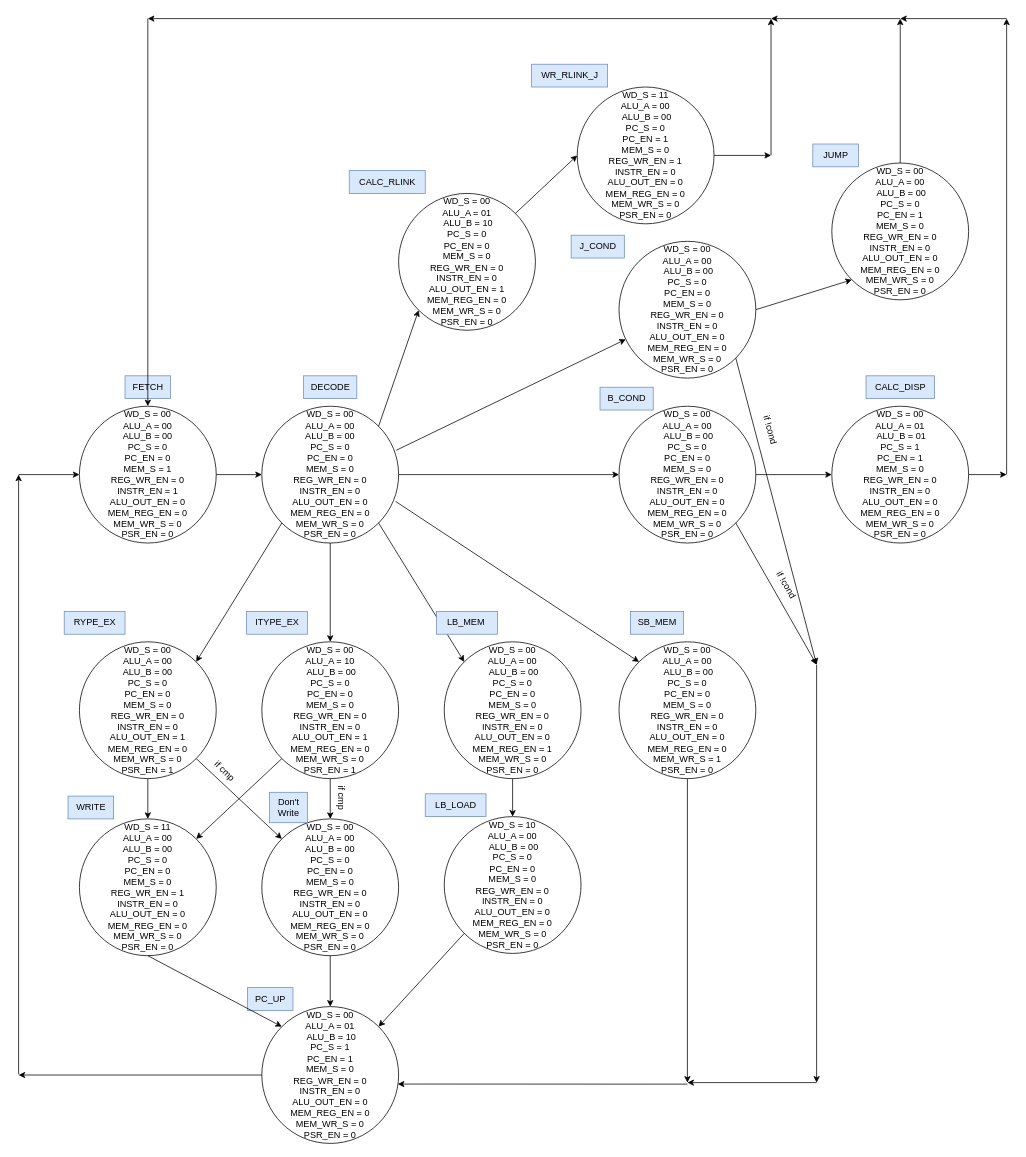
The draw.io diagram FSM.drawio in JaredMiller9922/3710-Group-Project, before the edit. Source tidied: cells renumbered, new cells numbered last; positions are measured from the earlier drawing's top-left corner, leaving out a move shared by most shapes. Both pictures are drawn from the tidied source at 76%, with x=0, y=0 at pixel (18, 18).
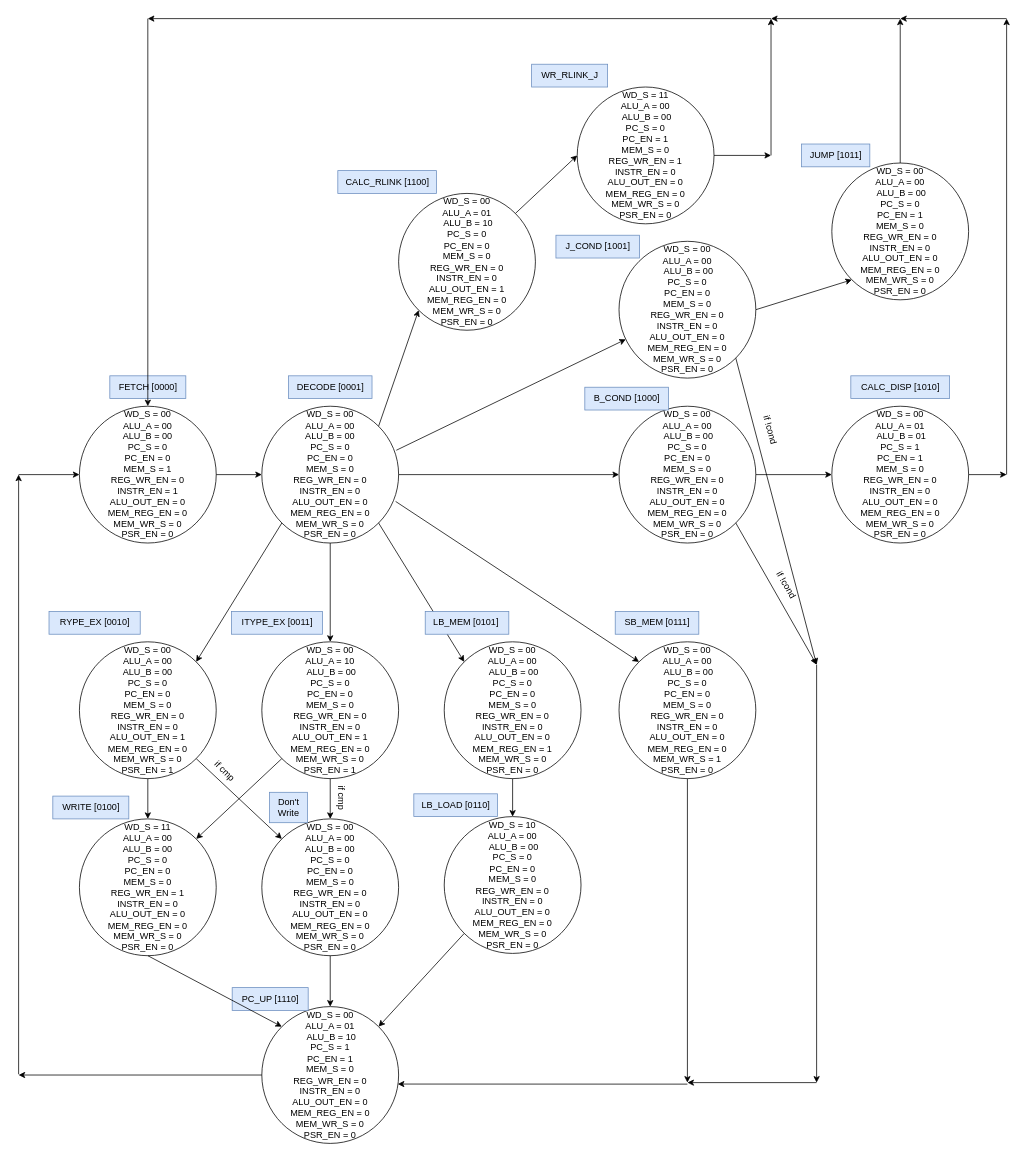
Above is the later version.

Commit message (it also covers changes not shown here):
updates both diagram files

What changed in the source:
```diff
@@
-    <mxCell id="3" value="FETCH" style="text;html=1;align=center;verticalAlign=middle;strokeColor=#6c8ebf;fillColor=#dae8fc;" parent="1" vertex="1">
-      <mxGeometry x="140" y="470" width="60" height="30" as="geometry" />
+    <mxCell id="3" value="FETCH [0000]" style="text;html=1;align=center;verticalAlign=middle;strokeColor=#6c8ebf;fillColor=#dae8fc;" parent="1" vertex="1">
+      <mxGeometry x="120" y="470" width="100" height="30" as="geometry" />
     </mxCell>
@@
-    <mxCell id="5" value="DECODE" style="text;html=1;align=center;verticalAlign=middle;strokeColor=#6c8ebf;fillColor=#dae8fc;" parent="1" vertex="1">
-      <mxGeometry x="375" y="470" width="70" height="30" as="geometry" />
+    <mxCell id="5" value="DECODE [0001]" style="text;html=1;align=center;verticalAlign=middle;strokeColor=#6c8ebf;fillColor=#dae8fc;" parent="1" vertex="1">
+      <mxGeometry x="355" y="470" width="110" height="30" as="geometry" />
     </mxCell>
-    <mxCell id="6" value="RYPE_EX" style="text;html=1;align=center;verticalAlign=middle;strokeColor=#6c8ebf;fillColor=#dae8fc;" parent="1" vertex="1">
-      <mxGeometry x="60" y="780" width="80" height="30" as="geometry" />
+    <mxCell id="6" value="RYPE_EX [0010]" style="text;html=1;align=center;verticalAlign=middle;strokeColor=#6c8ebf;fillColor=#dae8fc;" parent="1" vertex="1">
+      <mxGeometry x="40" y="780" width="120" height="30" as="geometry" />
     </mxCell>
@@
-    <mxCell id="10" value="WRITE" style="text;html=1;align=center;verticalAlign=middle;strokeColor=#6c8ebf;fillColor=#dae8fc;" parent="1" vertex="1">
-      <mxGeometry x="65" y="1023" width="60" height="30" as="geometry" />
+    <mxCell id="10" value="WRITE [0100]" style="text;html=1;align=center;verticalAlign=middle;strokeColor=#6c8ebf;fillColor=#dae8fc;" parent="1" vertex="1">
+      <mxGeometry x="45" y="1023" width="100" height="30" as="geometry" />
     </mxCell>
@@
-    <mxCell id="14" value="ITYPE_EX" style="text;html=1;align=center;verticalAlign=middle;strokeColor=#6c8ebf;fillColor=#dae8fc;" parent="1" vertex="1">
-      <mxGeometry x="300" y="780" width="80" height="30" as="geometry" />
+    <mxCell id="14" value="ITYPE_EX [0011]" style="text;html=1;align=center;verticalAlign=middle;strokeColor=#6c8ebf;fillColor=#dae8fc;" parent="1" vertex="1">
+      <mxGeometry x="280" y="780" width="120" height="30" as="geometry" />
     </mxCell>
@@
-    <mxCell id="24" value="PC_UP" style="text;html=1;align=center;verticalAlign=middle;strokeColor=#6c8ebf;fillColor=#dae8fc;" parent="1" vertex="1">
-      <mxGeometry x="301" y="1275" width="60" height="30" as="geometry" />
+    <mxCell id="24" value="PC_UP [1110]" style="text;html=1;align=center;verticalAlign=middle;strokeColor=#6c8ebf;fillColor=#dae8fc;" parent="1" vertex="1">
+      <mxGeometry x="281" y="1275" width="100" height="30" as="geometry" />
     </mxCell>
@@
-    <mxCell id="31" value="LB_MEM&amp;nbsp;" style="text;html=1;align=center;verticalAlign=middle;strokeColor=#6c8ebf;fillColor=#dae8fc;" parent="1" vertex="1">
-      <mxGeometry x="550" y="780" width="80" height="30" as="geometry" />
+    <mxCell id="31" value="LB_MEM [0101]&amp;nbsp;" style="text;html=1;align=center;verticalAlign=middle;strokeColor=#6c8ebf;fillColor=#dae8fc;" parent="1" vertex="1">
+      <mxGeometry x="535" y="780" width="110" height="30" as="geometry" />
     </mxCell>
@@
-    <mxCell id="34" value="SB_MEM" style="text;html=1;align=center;verticalAlign=middle;strokeColor=#6c8ebf;fillColor=#dae8fc;" parent="1" vertex="1">
-      <mxGeometry x="805" y="780" width="70" height="30" as="geometry" />
+    <mxCell id="34" value="SB_MEM [0111]" style="text;html=1;align=center;verticalAlign=middle;strokeColor=#6c8ebf;fillColor=#dae8fc;" parent="1" vertex="1">
+      <mxGeometry x="785" y="780" width="110" height="30" as="geometry" />
     </mxCell>
-    <mxCell id="35" value="LB_LOAD" style="text;html=1;align=center;verticalAlign=middle;strokeColor=#6c8ebf;fillColor=#dae8fc;" parent="1" vertex="1">
-      <mxGeometry x="535" y="1020" width="80" height="30" as="geometry" />
+    <mxCell id="35" value="LB_LOAD [0110]" style="text;html=1;align=center;verticalAlign=middle;strokeColor=#6c8ebf;fillColor=#dae8fc;" parent="1" vertex="1">
+      <mxGeometry x="520" y="1020" width="110" height="30" as="geometry" />
     </mxCell>
@@
-    <mxCell id="43" value="B_COND" style="text;html=1;align=center;verticalAlign=middle;strokeColor=#6c8ebf;fillColor=#dae8fc;" parent="1" vertex="1">
-      <mxGeometry x="765" y="485" width="70" height="30" as="geometry" />
+    <mxCell id="43" value="B_COND [1000]" style="text;html=1;align=center;verticalAlign=middle;strokeColor=#6c8ebf;fillColor=#dae8fc;" parent="1" vertex="1">
+      <mxGeometry x="745" y="485" width="110" height="30" as="geometry" />
     </mxCell>
@@
-    <mxCell id="48" value="CALC_DISP" style="text;html=1;align=center;verticalAlign=middle;strokeColor=#6c8ebf;fillColor=#dae8fc;" parent="1" vertex="1">
-      <mxGeometry x="1115" y="470" width="90" height="30" as="geometry" />
+    <mxCell id="48" value="CALC_DISP [1010]" style="text;html=1;align=center;verticalAlign=middle;strokeColor=#6c8ebf;fillColor=#dae8fc;" parent="1" vertex="1">
+      <mxGeometry x="1095" y="470" width="130" height="30" as="geometry" />
     </mxCell>
@@
-    <mxCell id="51" value="JUMP" style="text;html=1;align=center;verticalAlign=middle;strokeColor=#6c8ebf;fillColor=#dae8fc;" parent="1" vertex="1">
-      <mxGeometry x="1045" y="165" width="60" height="30" as="geometry" />
+    <mxCell id="51" value="JUMP [1011]" style="text;html=1;align=center;verticalAlign=middle;strokeColor=#6c8ebf;fillColor=#dae8fc;" parent="1" vertex="1">
+      <mxGeometry x="1030" y="165" width="90" height="30" as="geometry" />
     </mxCell>
@@
-    <mxCell id="53" value="CALC_RLINK" style="text;html=1;align=center;verticalAlign=middle;strokeColor=#6c8ebf;fillColor=#dae8fc;" parent="1" vertex="1">
-      <mxGeometry x="435" y="200" width="100" height="30" as="geometry" />
+    <mxCell id="53" value="CALC_RLINK [1100]" style="text;html=1;align=center;verticalAlign=middle;strokeColor=#6c8ebf;fillColor=#dae8fc;" parent="1" vertex="1">
+      <mxGeometry x="420" y="200" width="130" height="30" as="geometry" />
     </mxCell>
@@
-    <mxCell id="69" value="J_COND" style="text;html=1;align=center;verticalAlign=middle;strokeColor=#6c8ebf;fillColor=#dae8fc;" parent="1" vertex="1">
-      <mxGeometry x="727" y="285" width="70" height="30" as="geometry" />
+    <mxCell id="69" value="J_COND [1001]" style="text;html=1;align=center;verticalAlign=middle;strokeColor=#6c8ebf;fillColor=#dae8fc;" parent="1" vertex="1">
+      <mxGeometry x="707" y="285" width="110" height="30" as="geometry" />
     </mxCell>
```
